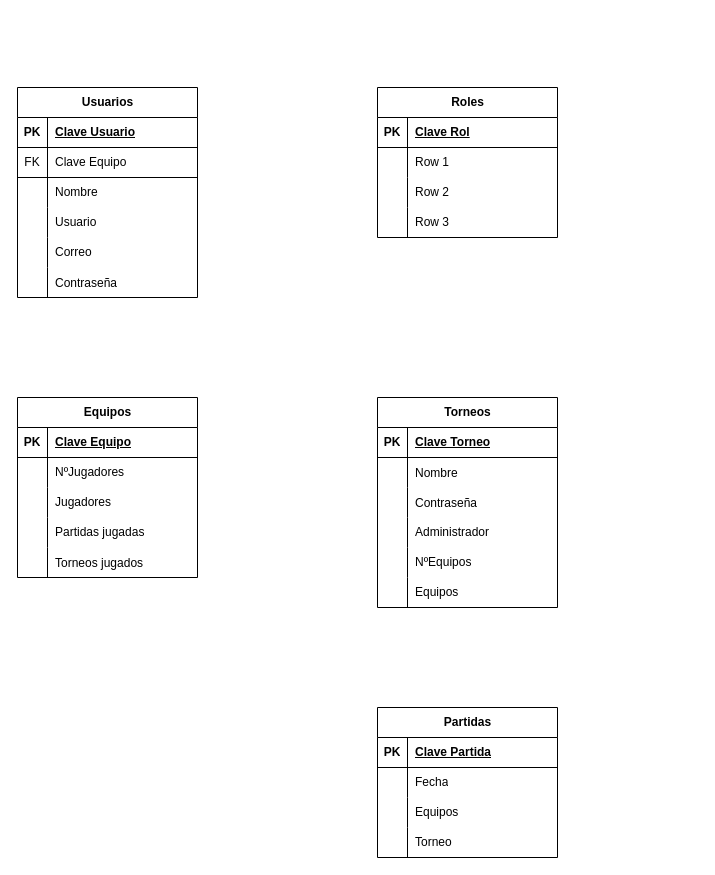
Before: BD/Torneo-futbolin.drawio in DavidMartinezB/FPDUAL_DMB, a draw.io diagram. Source tidied: cells renumbered, new cells numbered last; positions are measured from the earlier drawing's top-left corner, leaving out a move shared by most shapes. Both pictures are drawn from the tidied source at 100%, with x=0, y=0 at pixel (17, 87).
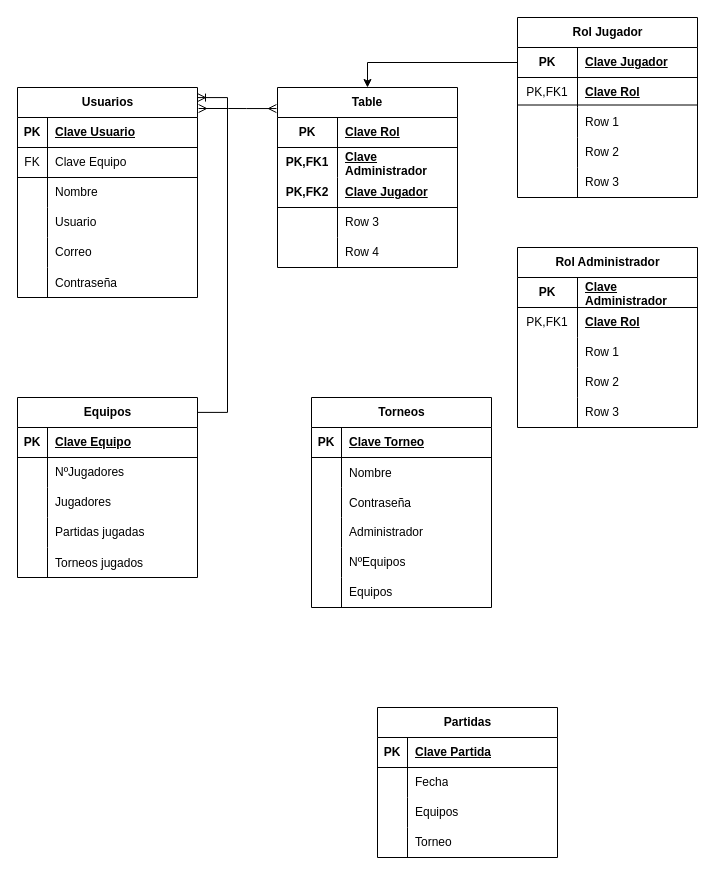
After the change.

The change refers to these unchanged cells:
```xml
<mxCell id="2" value="Usuarios&lt;br&gt;" style="shape=table;startSize=30;childLayout=tableLayout;rowLines=0;fontStyle=1;align=center;html=1;" parent="1" vertex="1">
  <mxGeometry width="180" height="210" as="geometry" />
</mxCell>
```

Diff of the diagram source:
```diff
@@
-    <mxCell id="21" value="Roles&lt;br&gt;" style="shape=table;startSize=30;childLayout=tableLayout;rowLines=0;fontStyle=1;align=center;html=1;" parent="1" vertex="1">
-      <mxGeometry x="360" width="180" height="150" as="geometry" />
-    </mxCell>
-    <mxCell id="22" style="shape=tableRow;horizontal=0;startSize=0;swimlaneHead=0;swimlaneBody=0;fillColor=none;top=0;left=0;right=0;bottom=1;" parent="21" vertex="1">
-      <mxGeometry y="30" width="180" height="30" as="geometry" />
-    </mxCell>
-    <mxCell id="23" value="PK" style="shape=partialRectangle;fillColor=none;top=0;left=0;bottom=0;right=0;fontStyle=1;overflow=hidden;whiteSpace=wrap;html=1;" parent="22" vertex="1">
-      <mxGeometry width="30" height="30" as="geometry" />
-    </mxCell>
-    <mxCell id="24" value="Clave Rol" style="shape=partialRectangle;fillColor=none;top=0;left=0;bottom=0;right=0;align=left;spacingLeft=6;fontStyle=5;overflow=hidden;whiteSpace=wrap;html=1;" parent="22" vertex="1">
-      <mxGeometry x="30" width="150" height="30" as="geometry" />
-    </mxCell>
-    <mxCell id="25" style="shape=tableRow;horizontal=0;startSize=0;swimlaneHead=0;swimlaneBody=0;fillColor=none;top=0;left=0;right=0;bottom=0;" parent="21" vertex="1">
-      <mxGeometry y="60" width="180" height="30" as="geometry" />
-    </mxCell>
-    <mxCell id="26" style="shape=partialRectangle;fillColor=none;top=0;left=0;bottom=0;right=0;overflow=hidden;whiteSpace=wrap;html=1;" parent="25" vertex="1">
-      <mxGeometry width="30" height="30" as="geometry" />
-    </mxCell>
-    <mxCell id="27" value="Row 1" style="shape=partialRectangle;fillColor=none;top=0;left=0;bottom=0;right=0;align=left;spacingLeft=6;overflow=hidden;whiteSpace=wrap;html=1;" parent="25" vertex="1">
-      <mxGeometry x="30" width="150" height="30" as="geometry" />
-    </mxCell>
-    <mxCell id="28" style="shape=tableRow;horizontal=0;startSize=0;swimlaneHead=0;swimlaneBody=0;fillColor=none;top=0;left=0;right=0;bottom=0;" parent="21" vertex="1">
-      <mxGeometry y="90" width="180" height="30" as="geometry" />
-    </mxCell>
-    <mxCell id="29" style="shape=partialRectangle;fillColor=none;top=0;left=0;bottom=0;right=0;overflow=hidden;whiteSpace=wrap;html=1;" parent="28" vertex="1">
-      <mxGeometry width="30" height="30" as="geometry" />
-    </mxCell>
-    <mxCell id="30" value="Row 2" style="shape=partialRectangle;fillColor=none;top=0;left=0;bottom=0;right=0;align=left;spacingLeft=6;overflow=hidden;whiteSpace=wrap;html=1;" parent="28" vertex="1">
-      <mxGeometry x="30" width="150" height="30" as="geometry" />
-    </mxCell>
-    <mxCell id="31" style="shape=tableRow;horizontal=0;startSize=0;swimlaneHead=0;swimlaneBody=0;fillColor=none;top=0;left=0;right=0;bottom=0;" parent="21" vertex="1">
-      <mxGeometry y="120" width="180" height="30" as="geometry" />
-    </mxCell>
-    <mxCell id="32" style="shape=partialRectangle;fillColor=none;top=0;left=0;bottom=0;right=0;overflow=hidden;whiteSpace=wrap;html=1;" parent="31" vertex="1">
-      <mxGeometry width="30" height="30" as="geometry" />
-    </mxCell>
-    <mxCell id="33" value="Row 3" style="shape=partialRectangle;fillColor=none;top=0;left=0;bottom=0;right=0;align=left;spacingLeft=6;overflow=hidden;whiteSpace=wrap;html=1;" parent="31" vertex="1">
-      <mxGeometry x="30" width="150" height="30" as="geometry" />
-    </mxCell>
@@
     <mxCell id="47" value="Torneos" style="shape=table;startSize=30;childLayout=tableLayout;rowLines=0;fontStyle=1;align=center;html=1;" parent="1" vertex="1">
-      <mxGeometry x="360" y="310" width="180" height="210" as="geometry" />
+      <mxGeometry x="294" y="310" width="180" height="210" as="geometry" />
     </mxCell>
@@
+    <mxCell id="83" style="edgeStyle=entityRelationEdgeStyle;fontSize=12;html=1;endArrow=ERoneToMany;rounded=0;exitX=1.017;exitY=0.083;exitDx=0;exitDy=0;exitPerimeter=0;entryX=1;entryY=0.048;entryDx=0;entryDy=0;entryPerimeter=0;" parent="1" edge="1" target="2">
+      <mxGeometry relative="1" as="geometry">
+        <mxPoint x="180" y="324.9" as="sourcePoint" />
+      </mxGeometry>
+    </mxCell>
+    <mxCell id="84" style="edgeStyle=entityRelationEdgeStyle;fontSize=12;html=1;endArrow=ERmany;startArrow=ERmany;rounded=0;exitX=1.006;exitY=0.1;exitDx=0;exitDy=0;exitPerimeter=0;entryX=-0.006;entryY=0.117;entryDx=0;entryDy=0;entryPerimeter=0;" parent="1" edge="1" source="2" target="85">
+      <mxGeometry relative="1" as="geometry">
+        <Array as="points">
+          <mxPoint x="290" y="-56" />
+        </Array>
+      </mxGeometry>
+    </mxCell>
+    <mxCell id="85" value="Table" style="shape=table;startSize=30;childLayout=tableLayout;rowLines=0;fontStyle=1;align=center;html=1;whiteSpace=wrap;" parent="1" vertex="1">
+      <mxGeometry x="260" width="180" height="180" as="geometry" />
+    </mxCell>
+    <mxCell id="86" style="shape=tableRow;horizontal=0;startSize=0;swimlaneHead=0;swimlaneBody=0;fillColor=none;top=0;left=0;right=0;bottom=1;" parent="85" vertex="1">
+      <mxGeometry y="30" width="180" height="30" as="geometry" />
+    </mxCell>
+    <mxCell id="87" value="PK" style="shape=partialRectangle;fillColor=none;top=0;left=0;bottom=0;right=0;fontStyle=1;overflow=hidden;whiteSpace=wrap;html=1;" parent="86" vertex="1">
+      <mxGeometry width="60" height="30" as="geometry" />
+    </mxCell>
+    <mxCell id="24" value="Clave Rol" style="shape=partialRectangle;fillColor=none;top=0;left=0;bottom=0;right=0;align=left;spacingLeft=6;fontStyle=5;overflow=hidden;whiteSpace=wrap;html=1;" parent="86" vertex="1">
+      <mxGeometry x="60" width="120" height="30" as="geometry" />
+    </mxCell>
+    <mxCell id="88" style="shape=tableRow;horizontal=0;startSize=0;swimlaneHead=0;swimlaneBody=0;fillColor=none;top=0;left=0;right=0;bottom=0;html=1;" parent="85" vertex="1">
+      <mxGeometry y="60" width="180" height="30" as="geometry" />
+    </mxCell>
+    <mxCell id="89" value="PK,FK1" style="shape=partialRectangle;fillColor=none;top=0;left=0;bottom=0;right=0;fontStyle=1;overflow=hidden;html=1;whiteSpace=wrap;" parent="88" vertex="1">
+      <mxGeometry width="60" height="30" as="geometry" />
+    </mxCell>
+    <mxCell id="90" value="Clave Administrador" style="shape=partialRectangle;fillColor=none;top=0;left=0;bottom=0;right=0;align=left;spacingLeft=6;fontStyle=5;overflow=hidden;html=1;whiteSpace=wrap;" parent="88" vertex="1">
+      <mxGeometry x="60" width="120" height="30" as="geometry" />
+    </mxCell>
+    <mxCell id="91" style="shape=tableRow;horizontal=0;startSize=0;swimlaneHead=0;swimlaneBody=0;fillColor=none;top=0;left=0;right=0;bottom=1;html=1;" parent="85" vertex="1">
+      <mxGeometry y="90" width="180" height="30" as="geometry" />
+    </mxCell>
+    <mxCell id="92" value="PK,FK2" style="shape=partialRectangle;fillColor=none;top=0;left=0;bottom=0;right=0;fontStyle=1;overflow=hidden;html=1;whiteSpace=wrap;" parent="91" vertex="1">
+      <mxGeometry width="60" height="30" as="geometry" />
+    </mxCell>
+    <mxCell id="93" value="Clave Jugador" style="shape=partialRectangle;fillColor=none;top=0;left=0;bottom=0;right=0;align=left;spacingLeft=6;fontStyle=5;overflow=hidden;html=1;whiteSpace=wrap;" parent="91" vertex="1">
+      <mxGeometry x="60" width="120" height="30" as="geometry" />
+    </mxCell>
+    <mxCell id="94" style="shape=tableRow;horizontal=0;startSize=0;swimlaneHead=0;swimlaneBody=0;fillColor=none;top=0;left=0;right=0;bottom=0;html=1;" parent="85" vertex="1">
+      <mxGeometry y="120" width="180" height="30" as="geometry" />
+    </mxCell>
+    <mxCell id="95" style="shape=partialRectangle;fillColor=none;top=0;left=0;bottom=0;right=0;overflow=hidden;html=1;whiteSpace=wrap;" parent="94" vertex="1">
+      <mxGeometry width="60" height="30" as="geometry" />
+    </mxCell>
+    <mxCell id="96" value="Row 3" style="shape=partialRectangle;fillColor=none;top=0;left=0;bottom=0;right=0;align=left;spacingLeft=6;overflow=hidden;html=1;whiteSpace=wrap;" parent="94" vertex="1">
+      <mxGeometry x="60" width="120" height="30" as="geometry" />
+    </mxCell>
+    <mxCell id="97" style="shape=tableRow;horizontal=0;startSize=0;swimlaneHead=0;swimlaneBody=0;fillColor=none;top=0;left=0;right=0;bottom=0;html=1;" parent="85" vertex="1">
+      <mxGeometry y="150" width="180" height="30" as="geometry" />
+    </mxCell>
+    <mxCell id="98" style="shape=partialRectangle;fillColor=none;top=0;left=0;bottom=0;right=0;overflow=hidden;html=1;whiteSpace=wrap;" parent="97" vertex="1">
+      <mxGeometry width="60" height="30" as="geometry" />
+    </mxCell>
+    <mxCell id="99" value="Row 4" style="shape=partialRectangle;fillColor=none;top=0;left=0;bottom=0;right=0;align=left;spacingLeft=6;overflow=hidden;html=1;whiteSpace=wrap;" parent="97" vertex="1">
+      <mxGeometry x="60" width="120" height="30" as="geometry" />
+    </mxCell>
+    <mxCell id="100" value="Rol Jugador" style="shape=table;startSize=30;childLayout=tableLayout;rowLines=0;fontStyle=1;align=center;html=1;" parent="1" vertex="1">
+      <mxGeometry x="500" y="-70" width="180" height="180" as="geometry" />
+    </mxCell>
+    <mxCell id="101" style="shape=tableRow;horizontal=0;startSize=0;swimlaneHead=0;swimlaneBody=0;fillColor=none;points=[[0,0.5],[1,0.5]];portConstraint=eastwest;top=0;left=0;right=0;bottom=1;" parent="100" vertex="1">
+      <mxGeometry y="30" width="180" height="30" as="geometry" />
+    </mxCell>
+    <mxCell id="102" value="PK" style="shape=partialRectangle;fillColor=none;top=0;left=0;bottom=0;right=0;fontStyle=1;overflow=hidden;whiteSpace=wrap;html=1;" parent="101" vertex="1">
+      <mxGeometry width="60" height="30" as="geometry" />
+    </mxCell>
+    <mxCell id="103" value="Clave Jugador" style="shape=partialRectangle;fillColor=none;top=0;left=0;bottom=0;right=0;align=left;spacingLeft=6;fontStyle=5;overflow=hidden;whiteSpace=wrap;html=1;" parent="101" vertex="1">
+      <mxGeometry x="60" width="120" height="30" as="geometry" />
+    </mxCell>
+    <mxCell id="104" style="shape=tableRow;horizontal=0;startSize=0;swimlaneHead=0;swimlaneBody=0;fillColor=none;top=0;left=0;right=0;bottom=0;" parent="100" vertex="1">
+      <mxGeometry y="60" width="180" height="30" as="geometry" />
+    </mxCell>
+    <mxCell id="105" value="PK,FK1" style="shape=partialRectangle;fillColor=none;top=0;left=0;bottom=0;right=0;fontStyle=0;overflow=hidden;whiteSpace=wrap;html=1;" parent="104" vertex="1">
+      <mxGeometry width="60" height="30" as="geometry" />
+    </mxCell>
+    <mxCell id="106" value="&lt;u&gt;&lt;b&gt;Clave Rol&lt;/b&gt;&lt;/u&gt;" style="shape=partialRectangle;fillColor=none;top=0;left=0;bottom=0;right=0;align=left;spacingLeft=6;fontStyle=0;overflow=hidden;whiteSpace=wrap;html=1;" parent="104" vertex="1">
+      <mxGeometry x="60" width="120" height="30" as="geometry" />
+    </mxCell>
+    <mxCell id="107" style="shape=tableRow;horizontal=0;startSize=0;swimlaneHead=0;swimlaneBody=0;fillColor=none;top=0;left=0;right=0;bottom=0;" parent="100" vertex="1">
+      <mxGeometry y="90" width="180" height="30" as="geometry" />
+    </mxCell>
+    <mxCell id="108" style="shape=partialRectangle;fillColor=none;top=0;left=0;bottom=0;right=0;overflow=hidden;whiteSpace=wrap;html=1;" parent="107" vertex="1">
+      <mxGeometry width="60" height="30" as="geometry" />
+    </mxCell>
+    <mxCell id="109" value="Row 1" style="shape=partialRectangle;fillColor=none;top=0;left=0;bottom=0;right=0;align=left;spacingLeft=6;overflow=hidden;whiteSpace=wrap;html=1;" parent="107" vertex="1">
+      <mxGeometry x="60" width="120" height="30" as="geometry" />
+    </mxCell>
+    <mxCell id="110" style="shape=tableRow;horizontal=0;startSize=0;swimlaneHead=0;swimlaneBody=0;fillColor=none;top=0;left=0;right=0;bottom=0;" parent="100" vertex="1">
+      <mxGeometry y="120" width="180" height="30" as="geometry" />
+    </mxCell>
+    <mxCell id="111" style="shape=partialRectangle;fillColor=none;top=0;left=0;bottom=0;right=0;overflow=hidden;whiteSpace=wrap;html=1;" parent="110" vertex="1">
+      <mxGeometry width="60" height="30" as="geometry" />
+    </mxCell>
+    <mxCell id="112" value="Row 2" style="shape=partialRectangle;fillColor=none;top=0;left=0;bottom=0;right=0;align=left;spacingLeft=6;overflow=hidden;whiteSpace=wrap;html=1;" parent="110" vertex="1">
+      <mxGeometry x="60" width="120" height="30" as="geometry" />
+    </mxCell>
+    <mxCell id="113" style="shape=tableRow;horizontal=0;startSize=0;swimlaneHead=0;swimlaneBody=0;fillColor=none;top=0;left=0;right=0;bottom=0;" parent="100" vertex="1">
+      <mxGeometry y="150" width="180" height="30" as="geometry" />
+    </mxCell>
+    <mxCell id="114" style="shape=partialRectangle;fillColor=none;top=0;left=0;bottom=0;right=0;overflow=hidden;whiteSpace=wrap;html=1;" parent="113" vertex="1">
+      <mxGeometry width="60" height="30" as="geometry" />
+    </mxCell>
+    <mxCell id="115" value="Row 3" style="shape=partialRectangle;fillColor=none;top=0;left=0;bottom=0;right=0;align=left;spacingLeft=6;overflow=hidden;whiteSpace=wrap;html=1;" parent="113" vertex="1">
+      <mxGeometry x="60" width="120" height="30" as="geometry" />
+    </mxCell>
+    <mxCell id="116" style="line;strokeWidth=1;dashed=0;labelPosition=right;align=left;verticalAlign=middle;spacingTop=0;spacingLeft=6;" parent="1" vertex="1">
+      <mxGeometry x="500" y="10" width="180" height="15" as="geometry" />
+    </mxCell>
+    <mxCell id="117" value="Rol Administrador" style="shape=table;startSize=30;childLayout=tableLayout;rowLines=0;fontStyle=1;align=center;html=1;" parent="1" vertex="1">
+      <mxGeometry x="500" y="160" width="180" height="180" as="geometry" />
+    </mxCell>
+    <mxCell id="118" style="shape=tableRow;horizontal=0;startSize=0;swimlaneHead=0;swimlaneBody=0;fillColor=none;top=0;left=0;right=0;bottom=1;" parent="117" vertex="1">
+      <mxGeometry y="30" width="180" height="30" as="geometry" />
+    </mxCell>
+    <mxCell id="119" value="PK" style="shape=partialRectangle;fillColor=none;top=0;left=0;bottom=0;right=0;fontStyle=1;overflow=hidden;whiteSpace=wrap;html=1;" parent="118" vertex="1">
+      <mxGeometry width="60" height="30" as="geometry" />
+    </mxCell>
+    <mxCell id="120" value="Clave Administrador" style="shape=partialRectangle;fillColor=none;top=0;left=0;bottom=0;right=0;align=left;spacingLeft=6;fontStyle=5;overflow=hidden;whiteSpace=wrap;html=1;" parent="118" vertex="1">
+      <mxGeometry x="60" width="120" height="30" as="geometry" />
+    </mxCell>
+    <mxCell id="121" style="shape=tableRow;horizontal=0;startSize=0;swimlaneHead=0;swimlaneBody=0;fillColor=none;top=0;left=0;right=0;bottom=0;" parent="117" vertex="1">
+      <mxGeometry y="60" width="180" height="30" as="geometry" />
+    </mxCell>
+    <mxCell id="122" value="PK,FK1" style="shape=partialRectangle;fillColor=none;top=0;left=0;bottom=0;right=0;fontStyle=0;overflow=hidden;whiteSpace=wrap;html=1;" parent="121" vertex="1">
+      <mxGeometry width="60" height="30" as="geometry" />
+    </mxCell>
+    <mxCell id="123" value="&lt;u&gt;&lt;b&gt;Clave Rol&lt;/b&gt;&lt;/u&gt;" style="shape=partialRectangle;fillColor=none;top=0;left=0;bottom=0;right=0;align=left;spacingLeft=6;fontStyle=0;overflow=hidden;whiteSpace=wrap;html=1;" parent="121" vertex="1">
+      <mxGeometry x="60" width="120" height="30" as="geometry" />
+    </mxCell>
+    <mxCell id="124" style="shape=tableRow;horizontal=0;startSize=0;swimlaneHead=0;swimlaneBody=0;fillColor=none;top=0;left=0;right=0;bottom=0;" parent="117" vertex="1">
+      <mxGeometry y="90" width="180" height="30" as="geometry" />
+    </mxCell>
+    <mxCell id="125" style="shape=partialRectangle;fillColor=none;top=0;left=0;bottom=0;right=0;overflow=hidden;whiteSpace=wrap;html=1;" parent="124" vertex="1">
+      <mxGeometry width="60" height="30" as="geometry" />
+    </mxCell>
+    <mxCell id="126" value="Row 1" style="shape=partialRectangle;fillColor=none;top=0;left=0;bottom=0;right=0;align=left;spacingLeft=6;overflow=hidden;whiteSpace=wrap;html=1;" parent="124" vertex="1">
+      <mxGeometry x="60" width="120" height="30" as="geometry" />
+    </mxCell>
+    <mxCell id="127" style="shape=tableRow;horizontal=0;startSize=0;swimlaneHead=0;swimlaneBody=0;fillColor=none;top=0;left=0;right=0;bottom=0;" parent="117" vertex="1">
+      <mxGeometry y="120" width="180" height="30" as="geometry" />
+    </mxCell>
+    <mxCell id="128" style="shape=partialRectangle;fillColor=none;top=0;left=0;bottom=0;right=0;overflow=hidden;whiteSpace=wrap;html=1;" parent="127" vertex="1">
+      <mxGeometry width="60" height="30" as="geometry" />
+    </mxCell>
+    <mxCell id="129" value="Row 2" style="shape=partialRectangle;fillColor=none;top=0;left=0;bottom=0;right=0;align=left;spacingLeft=6;overflow=hidden;whiteSpace=wrap;html=1;" parent="127" vertex="1">
+      <mxGeometry x="60" width="120" height="30" as="geometry" />
+    </mxCell>
+    <mxCell id="130" style="shape=tableRow;horizontal=0;startSize=0;swimlaneHead=0;swimlaneBody=0;fillColor=none;top=0;left=0;right=0;bottom=0;" parent="117" vertex="1">
+      <mxGeometry y="150" width="180" height="30" as="geometry" />
+    </mxCell>
+    <mxCell id="131" style="shape=partialRectangle;fillColor=none;top=0;left=0;bottom=0;right=0;overflow=hidden;whiteSpace=wrap;html=1;" parent="130" vertex="1">
+      <mxGeometry width="60" height="30" as="geometry" />
+    </mxCell>
+    <mxCell id="132" value="Row 3" style="shape=partialRectangle;fillColor=none;top=0;left=0;bottom=0;right=0;align=left;spacingLeft=6;overflow=hidden;whiteSpace=wrap;html=1;" parent="130" vertex="1">
+      <mxGeometry x="60" width="120" height="30" as="geometry" />
+    </mxCell>
+    <mxCell id="133" style="edgeStyle=orthogonalEdgeStyle;rounded=0;jettySize=auto;html=1;entryX=0.5;entryY=0;entryDx=0;entryDy=0;" parent="1" edge="1" source="101" target="85">
+      <mxGeometry relative="1" as="geometry" />
+    </mxCell>
```
